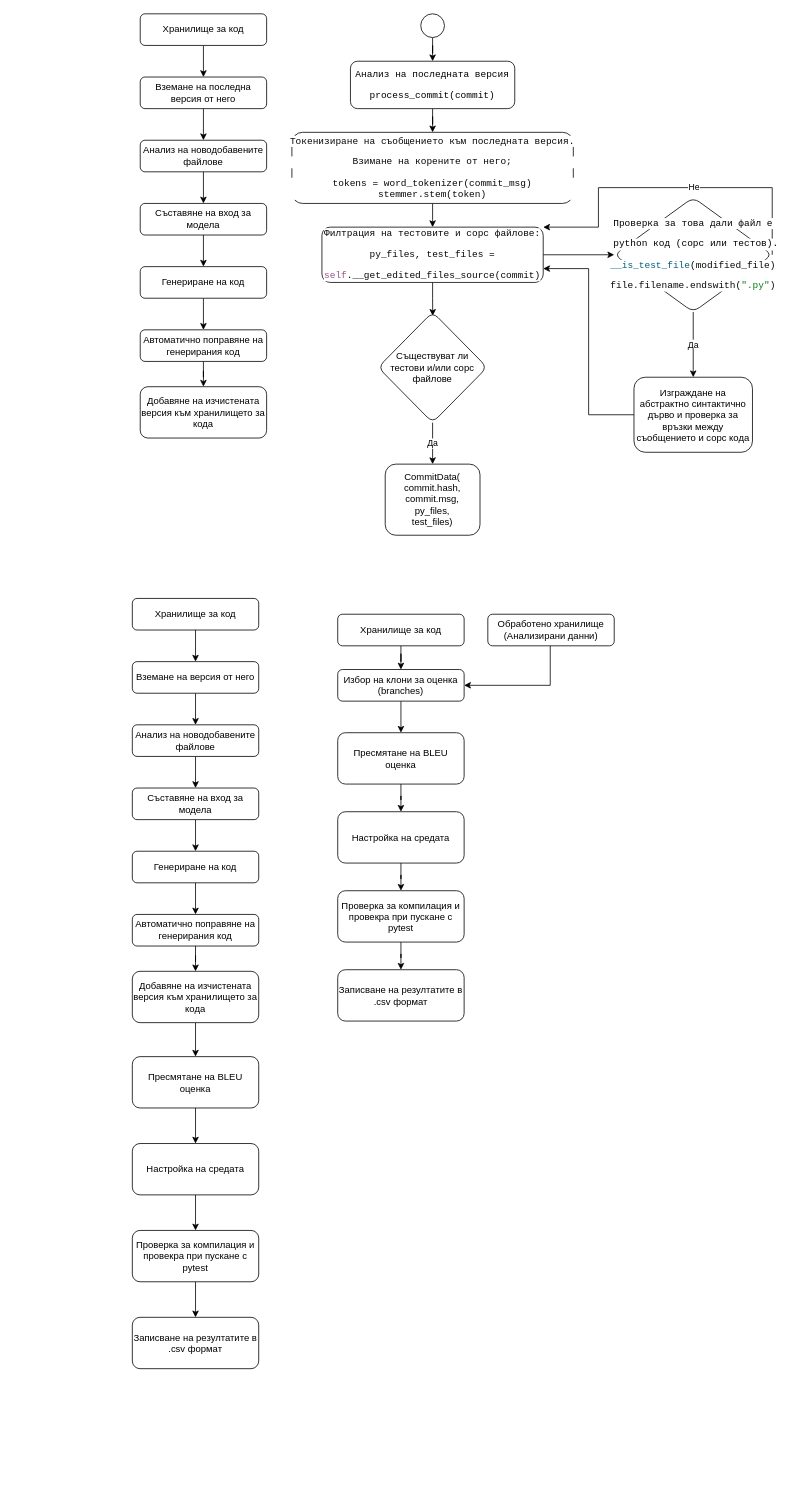
The draw.io diagram docs/docs_diagrams.drawio in ivanmilevtues/auto-test-generator, before the edit. Source tidied: cells renumbered, new cells numbered last; positions are measured from the earlier drawing's top-left corner, leaving out a move shared by most shapes. Both pictures are drawn from the tidied source at 79%, with x=0, y=0 at pixel (132, 13).
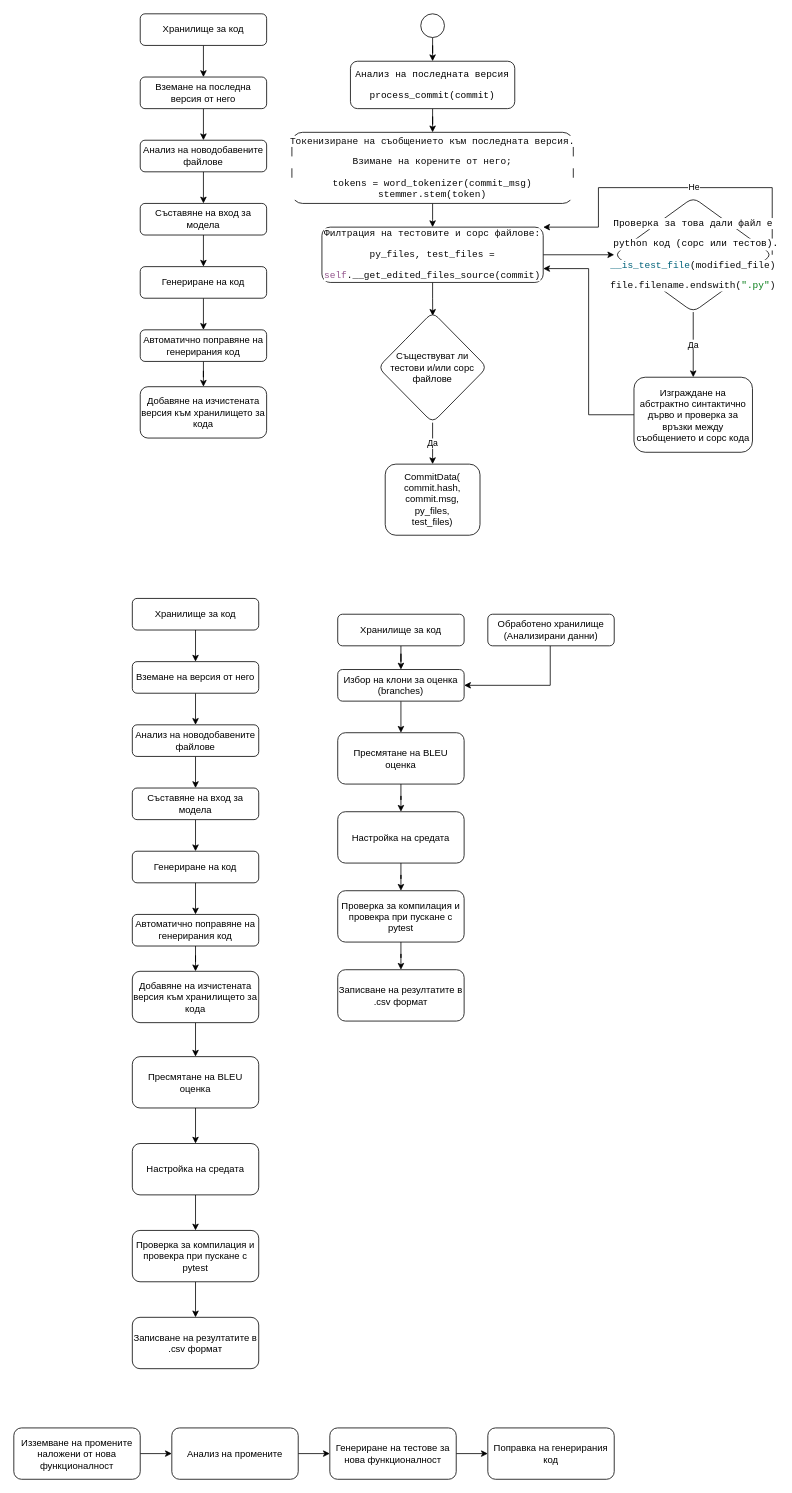
The same page after the edit.

What changed in the source:
```diff
@@
+    <mxCell id="67" style="edgeStyle=orthogonalEdgeStyle;rounded=0;jettySize=auto;html=1;fontColor=#000000;" parent="1" edge="1" source="68" target="70">
+      <mxGeometry relative="1" as="geometry" />
+    </mxCell>
+    <mxCell id="68" value="Анализ на промените" style="rounded=1;whiteSpace=wrap;html=1;fontSize=12;glass=0;strokeWidth=1;shadow=0;" parent="1" vertex="1">
+      <mxGeometry x="50" y="1790" width="160" height="65" as="geometry" />
+    </mxCell>
+    <mxCell id="69" style="edgeStyle=orthogonalEdgeStyle;rounded=0;jettySize=auto;html=1;fontColor=#000000;" parent="1" edge="1" source="70" target="71">
+      <mxGeometry relative="1" as="geometry" />
+    </mxCell>
+    <mxCell id="70" value="Генериране на тестове за нова функционалност" style="rounded=1;whiteSpace=wrap;html=1;fontSize=12;glass=0;strokeWidth=1;shadow=0;" parent="1" vertex="1">
+      <mxGeometry x="250" y="1790" width="160" height="65" as="geometry" />
+    </mxCell>
+    <mxCell id="71" value="Поправка на генерирания код" style="rounded=1;whiteSpace=wrap;html=1;fontSize=12;glass=0;strokeWidth=1;shadow=0;" parent="1" vertex="1">
+      <mxGeometry x="450" y="1790" width="160" height="65" as="geometry" />
+    </mxCell>
+    <mxCell id="72" style="edgeStyle=orthogonalEdgeStyle;rounded=0;jettySize=auto;html=1;fontColor=#000000;entryX=0;entryY=0.5;entryDx=0;entryDy=0;" parent="1" edge="1" source="73" target="68">
+      <mxGeometry relative="1" as="geometry" />
+    </mxCell>
+    <mxCell id="73" value="Изземване на промените наложени от нова функционалност" style="rounded=1;whiteSpace=wrap;html=1;fontSize=12;glass=0;strokeWidth=1;shadow=0;" parent="1" vertex="1">
+      <mxGeometry x="-150" y="1790" width="160" height="65" as="geometry" />
+    </mxCell>
```
